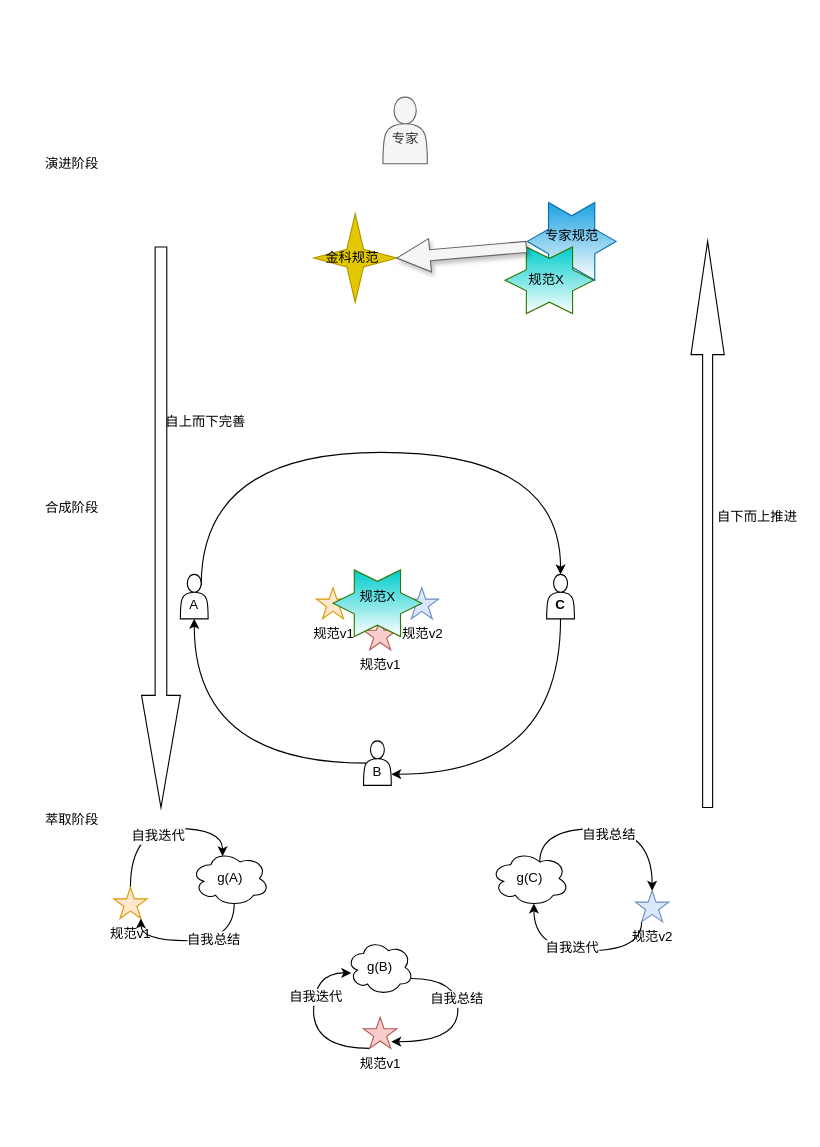
The draw.io diagram 未命名表单.drawio in jingmian/design-repo, before the edit. Source tidied: cells renumbered, new cells numbered last; positions are measured from the earlier drawing's top-left corner, leaving out a move shared by most shapes. Both pictures are drawn from the tidied source at 111%, with x=0, y=0 at pixel (24, 97).
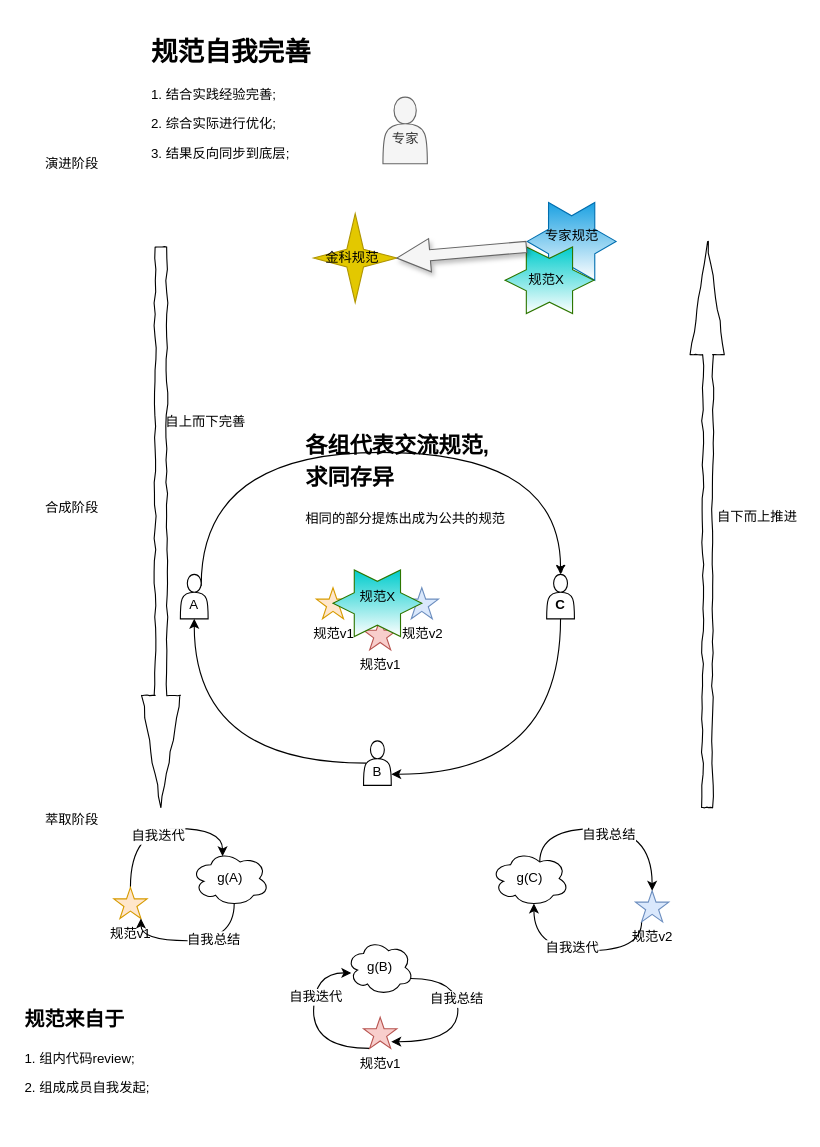
After the change.

Commit message (it also covers changes not shown here):
更新未命名表单.drawio

The change refers to these unchanged cells:
```xml
<mxCell id="24" value="&lt;br&gt;A" style="shape=actor;whiteSpace=wrap;html=1;" parent="1" vertex="1">
  <mxGeometry x="140" y="430" width="25" height="40" as="geometry" />
</mxCell>
<mxCell id="28" value="&lt;br&gt;C" style="shape=actor;whiteSpace=wrap;html=1;fontStyle=1;" parent="1" vertex="1">
  <mxGeometry x="470" y="430" width="25" height="40" as="geometry" />
</mxCell>
```

The edit, as a diff of the source:
```diff
@@
     <mxCell id="4" style="group;" parent="1" vertex="1">
-      <mxGeometry x="80" y="659" width="500" height="198" as="geometry" />
+      <mxGeometry x="80" y="659" width="500" height="270" as="geometry" />
     </mxCell>
@@
+    <mxCell id="48" value="&lt;h1&gt;&lt;font style=&quot;font-size: 18px&quot;&gt;规范来自于&lt;/font&gt;&lt;/h1&gt;&lt;p&gt;1. 组内代码review;&lt;/p&gt;&lt;p&gt;2. 组成成员自我发起;&lt;/p&gt;" style="text;html=1;strokeColor=none;fillColor=none;spacing=5;spacingTop=-20;whiteSpace=wrap;overflow=hidden;rounded=0;shadow=0;comic=1;" parent="4" vertex="1">
+      <mxGeometry x="-85" y="150" width="190" height="120" as="geometry" />
+    </mxCell>
-    <mxCell id="23" style="edgeStyle=orthogonalEdgeStyle;curved=1;rounded=0;jettySize=auto;html=1;exitX=0.75;exitY=0.25;exitDx=0;exitDy=0;exitPerimeter=0;entryX=0.5;entryY=0;entryDx=0;entryDy=0;" parent="1" edge="1" source="24" target="28">
+    <mxCell id="23" style="edgeStyle=orthogonalEdgeStyle;curved=1;rounded=0;jettySize=auto;html=1;exitX=0.75;exitY=0.25;exitDx=0;exitDy=0;exitPerimeter=0;entryX=0.5;entryY=0;entryDx=0;entryDy=0;comic=1;" parent="1" edge="1" source="24" target="28">
       <mxGeometry relative="1" as="geometry">
         <Array as="points">
           <mxPoint x="159" y="320" />
           <mxPoint x="483" y="320" />
         </Array>
       </mxGeometry>
     </mxCell>
@@
-    <mxCell id="44" style="shape=singleArrow;direction=south;whiteSpace=wrap;html=1;fillColor=none;gradientColor=#ffffff;" parent="1" vertex="1">
+    <mxCell id="44" style="shape=singleArrow;direction=south;whiteSpace=wrap;html=1;fillColor=none;gradientColor=#ffffff;comic=1;" parent="1" vertex="1">
       <mxGeometry x="105" y="135" width="35" height="505" as="geometry" />
     </mxCell>
-    <mxCell id="45" style="shape=singleArrow;direction=north;whiteSpace=wrap;html=1;fillColor=none;gradientColor=#ffffff;" parent="1" vertex="1">
+    <mxCell id="45" style="shape=singleArrow;direction=north;whiteSpace=wrap;html=1;fillColor=none;gradientColor=#ffffff;shadow=0;comic=1;" parent="1" vertex="1">
       <mxGeometry x="600" y="130" width="30" height="510" as="geometry" />
     </mxCell>
@@
+    <mxCell id="49" value="&lt;h1&gt;&lt;font style=&quot;font-size: 20px&quot;&gt;各组代表交流规范,求同存异&lt;/font&gt;&lt;/h1&gt;&lt;div&gt;相同的部分提炼出成为公共的规范&lt;/div&gt;" style="text;html=1;strokeColor=none;fillColor=none;spacing=5;spacingTop=-20;whiteSpace=wrap;overflow=hidden;rounded=0;shadow=0;comic=1;" parent="1" vertex="1">
+      <mxGeometry x="248" y="293" width="190" height="120" as="geometry" />
+    </mxCell>
+    <mxCell id="50" value="&lt;h1&gt;规范自我完善&lt;/h1&gt;&lt;p&gt;1. 结合实践经验完善;&lt;/p&gt;&lt;p&gt;2. 综合实际进行优化;&lt;/p&gt;&lt;p&gt;3. 结果反向同步到底层;&lt;/p&gt;" style="text;html=1;strokeColor=none;fillColor=none;spacing=5;spacingTop=-20;whiteSpace=wrap;overflow=hidden;rounded=0;shadow=0;comic=1;" parent="1" vertex="1">
+      <mxGeometry x="109" y="-60" width="190" height="120" as="geometry" />
+    </mxCell>
```
